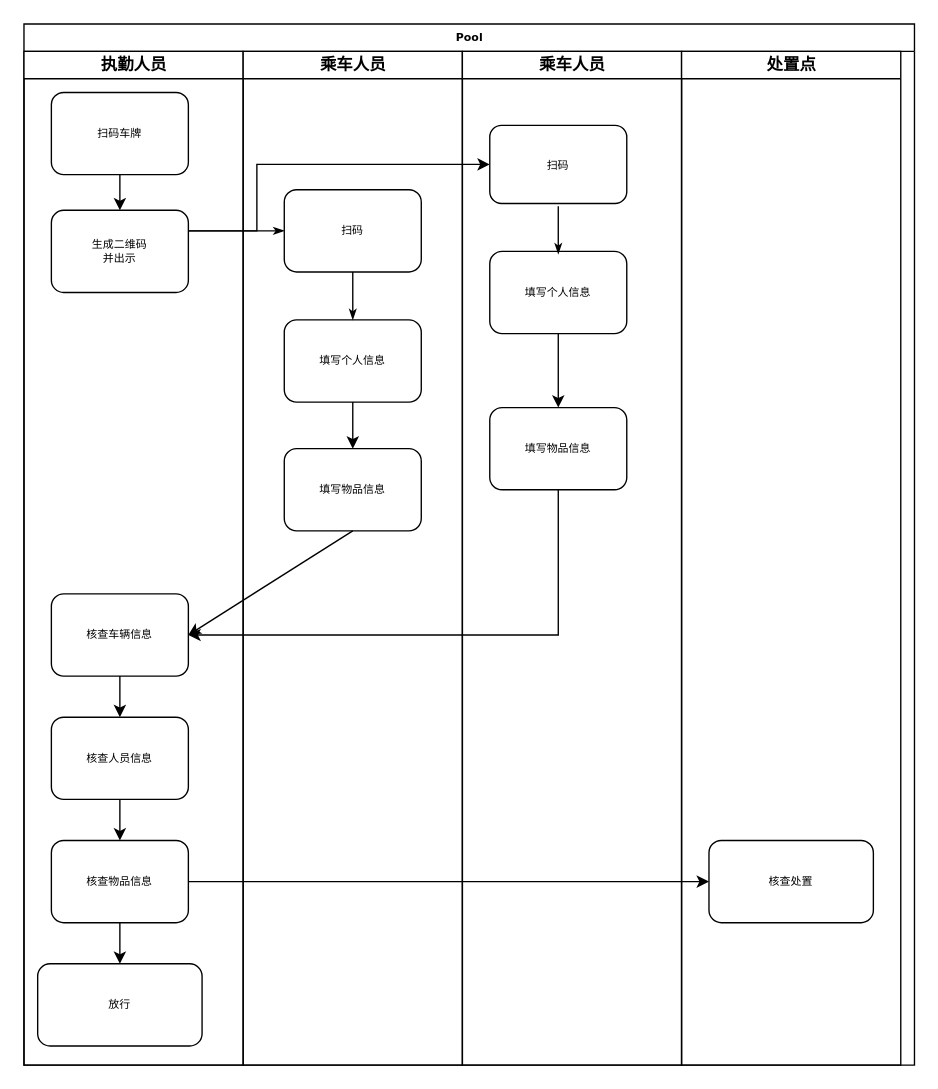
homebei2/diagramsNet keeps this draw.io diagram as access2.drawio. Above is the earlier version. Source tidied: cells renumbered, new cells numbered last; positions are measured from the earlier drawing's top-left corner, leaving out a move shared by most shapes. Both pictures are drawn from the tidied source at 137%, with x=0, y=0 at pixel (23, 23).
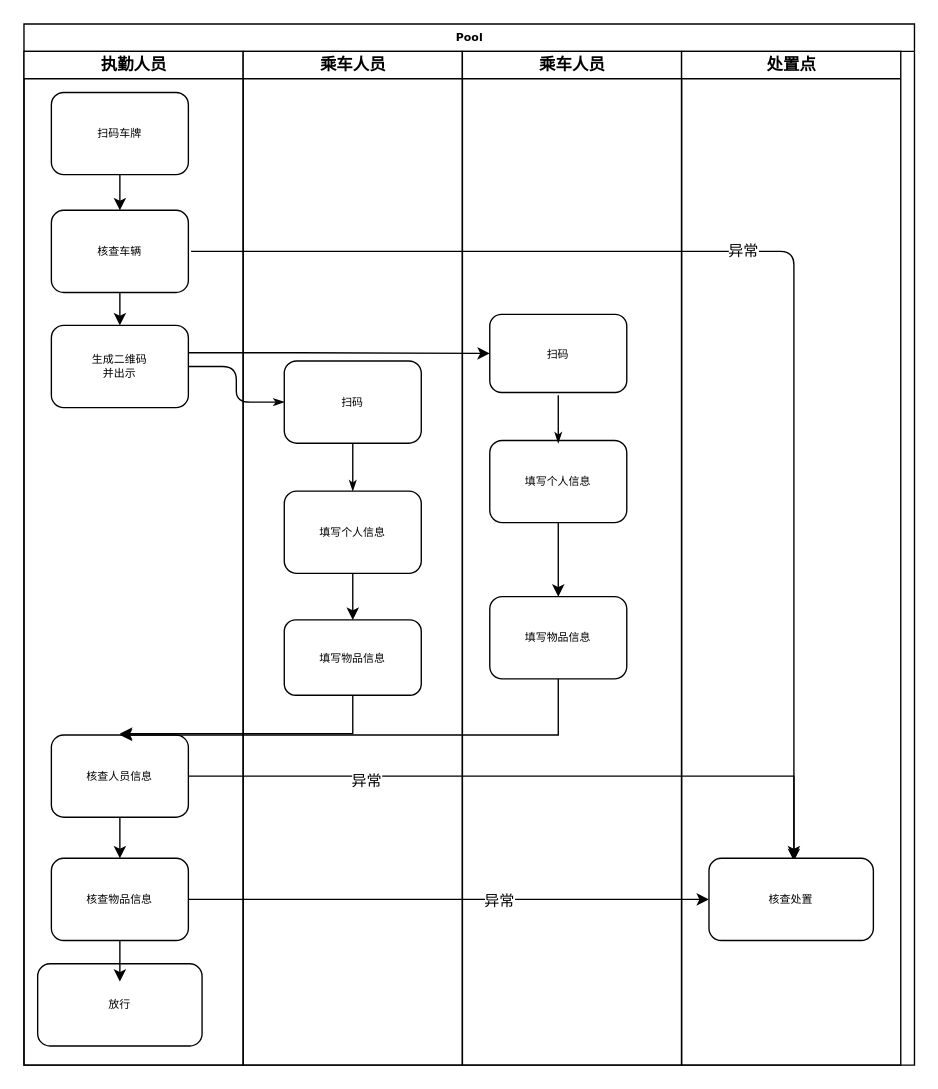
The same page after the edit.

Unchanged cells that the change refers to:
```xml
<mxCell id="2" value="Pool" style="swimlane;html=1;startSize=20;rounded=0;shadow=0;labelBackgroundColor=none;strokeWidth=1;fontFamily=Verdana;fontSize=8;align=center;" parent="1" vertex="1">
  <mxGeometry width="650" height="760" as="geometry" />
</mxCell>
<mxCell id="3" value="执勤人员" style="swimlane;html=1;startSize=20;" parent="2" vertex="1">
  <mxGeometry y="20" width="160" height="740" as="geometry" />
</mxCell>
<mxCell id="9" value="放行" style="whiteSpace=wrap;html=1;rounded=1;shadow=0;fontFamily=Verdana;fontSize=8;strokeWidth=1;" parent="3" vertex="1">
  <mxGeometry x="10" y="666" width="120" height="60" as="geometry" />
</mxCell>
<mxCell id="14" value="乘车人员" style="swimlane;html=1;startSize=20;" parent="2" vertex="1">
  <mxGeometry x="160" y="20" width="160" height="740" as="geometry" />
</mxCell>
<mxCell id="23" style="edgeStyle=elbowEdgeStyle;rounded=0;jettySize=auto;html=1;entryX=0;entryY=0.5;entryDx=0;entryDy=0;" parent="2" edge="1" source="7" target="31">
  <mxGeometry relative="1" as="geometry" />
</mxCell>
<mxCell id="24" value="乘车人员" style="swimlane;html=1;startSize=20;" parent="2" vertex="1">
  <mxGeometry x="320" y="20" width="160" height="740" as="geometry" />
</mxCell>
<mxCell id="30" value="处置点" style="swimlane;html=1;startSize=20;" parent="2" vertex="1">
  <mxGeometry x="480" y="20" width="160" height="740" as="geometry" />
</mxCell>
```

What changed in the source:
```diff
@@
-    <mxCell id="5" value="核查车辆信息" style="rounded=1;whiteSpace=wrap;html=1;shadow=0;labelBackgroundColor=none;strokeWidth=1;fontFamily=Verdana;fontSize=8;align=center;" parent="3" vertex="1">
-      <mxGeometry x="20" y="396" width="100" height="60" as="geometry" />
-    </mxCell>
     <mxCell id="6" value="核查人员信息" style="rounded=1;whiteSpace=wrap;html=1;shadow=0;labelBackgroundColor=none;strokeWidth=1;fontFamily=Verdana;fontSize=8;align=center;" parent="3" vertex="1">
-      <mxGeometry x="20" y="486" width="100" height="60" as="geometry" />
+      <mxGeometry x="20" y="499" width="100" height="60" as="geometry" />
     </mxCell>
     <mxCell id="7" value="核查物品信息" style="rounded=1;whiteSpace=wrap;html=1;shadow=0;labelBackgroundColor=none;strokeWidth=1;fontFamily=Verdana;fontSize=8;align=center;" parent="3" vertex="1">
-      <mxGeometry x="20" y="576" width="100" height="60" as="geometry" />
+      <mxGeometry x="20" y="589" width="100" height="60" as="geometry" />
     </mxCell>
-    <mxCell id="8" style="endArrow=classic;html=1;exitX=0.5;exitY=1;exitDx=0;exitDy=0;entryX=0.5;entryY=0;entryDx=0;entryDy=0;entryPerimeter=0;" parent="3" edge="1" source="5" target="6">
-      <mxGeometry relative="1" as="geometry" />
-    </mxCell>
@@
-    <mxCell id="10" style="edgeStyle=elbowEdgeStyle;rounded=0;jettySize=auto;html=1;" parent="3" edge="1" source="7" target="9">
-      <mxGeometry relative="1" as="geometry" />
+    <mxCell id="10" style="edgeStyle=elbowEdgeStyle;rounded=0;jettySize=auto;html=1;" parent="3" edge="1" source="7">
+      <mxGeometry relative="1" as="geometry">
+        <mxPoint x="70" y="679" as="targetPoint" />
+      </mxGeometry>
     </mxCell>
-    <mxCell id="11" value="生成二维码&lt;br&gt;并出示" style="rounded=1;whiteSpace=wrap;html=1;shadow=0;labelBackgroundColor=none;strokeWidth=1;fontFamily=Verdana;fontSize=8;align=center;" parent="3" vertex="1">
+    <mxCell id="11" value="核查车辆" style="rounded=1;whiteSpace=wrap;html=1;shadow=0;labelBackgroundColor=none;strokeWidth=1;fontFamily=Verdana;fontSize=8;align=center;" parent="3" vertex="1">
       <mxGeometry x="20" y="116" width="100" height="60" as="geometry" />
     </mxCell>
@@
+    <mxCell id="33" value="生成二维码&lt;br&gt;并出示" style="rounded=1;whiteSpace=wrap;html=1;shadow=0;labelBackgroundColor=none;strokeWidth=1;fontFamily=Verdana;fontSize=8;align=center;" parent="3" vertex="1">
+      <mxGeometry x="20" y="200" width="100" height="60" as="geometry" />
+    </mxCell>
+    <mxCell id="34" style="endArrow=classic;html=1;exitX=0.5;exitY=1;exitDx=0;exitDy=0;entryX=0.5;entryY=0;entryDx=0;entryDy=0;" parent="3" edge="1" source="11" target="33">
+      <mxGeometry relative="1" as="geometry" />
+    </mxCell>
-    <mxCell id="13" style="edgeStyle=orthogonalEdgeStyle;rounded=1;html=1;labelBackgroundColor=none;startArrow=none;startFill=0;startSize=5;endArrow=classicThin;endFill=1;endSize=5;jettySize=auto;strokeWidth=1;fontFamily=Verdana;fontSize=8;exitX=1;exitY=0.25;exitDx=0;exitDy=0;" parent="2" edge="1" source="11" target="15">
+    <mxCell id="13" style="edgeStyle=orthogonalEdgeStyle;rounded=1;html=1;labelBackgroundColor=none;startArrow=none;startFill=0;startSize=5;endArrow=classicThin;endFill=1;endSize=5;jettySize=auto;strokeWidth=1;fontFamily=Verdana;fontSize=8;exitX=1;exitY=0.5;exitDx=0;exitDy=0;" parent="2" edge="1" source="33" target="15">
       <mxGeometry relative="1" as="geometry" />
     </mxCell>
@@
     <mxCell id="15" value="扫码" style="rounded=1;whiteSpace=wrap;html=1;shadow=0;labelBackgroundColor=none;strokeWidth=1;fontFamily=Verdana;fontSize=8;align=center;" parent="14" vertex="1">
-      <mxGeometry x="30" y="101" width="100" height="60" as="geometry" />
+      <mxGeometry x="30" y="226" width="100" height="60" as="geometry" />
     </mxCell>
     <mxCell id="16" value="填写个人信息" style="rounded=1;whiteSpace=wrap;html=1;shadow=0;labelBackgroundColor=none;strokeWidth=1;fontFamily=Verdana;fontSize=8;align=center;" parent="14" vertex="1">
-      <mxGeometry x="30" y="196" width="100" height="60" as="geometry" />
+      <mxGeometry x="30" y="321" width="100" height="60" as="geometry" />
     </mxCell>
     <mxCell id="17" style="edgeStyle=orthogonalEdgeStyle;rounded=1;html=1;labelBackgroundColor=none;startArrow=none;startFill=0;startSize=5;endArrow=classicThin;endFill=1;endSize=5;jettySize=auto;strokeWidth=1;fontFamily=Verdana;fontSize=8;" parent="14" edge="1" source="15" target="16">
       <mxGeometry relative="1" as="geometry">
         <Array as="points">
-          <mxPoint x="80" y="186" />
-          <mxPoint x="80" y="186" />
+          <mxPoint x="80" y="311" />
+          <mxPoint x="80" y="311" />
         </Array>
       </mxGeometry>
     </mxCell>
@@
     <mxCell id="19" value="填写物品信息" style="rounded=1;whiteSpace=wrap;html=1;shadow=0;labelBackgroundColor=none;strokeWidth=1;fontFamily=Verdana;fontSize=8;align=center;" parent="14" vertex="1">
-      <mxGeometry x="30" y="290" width="100" height="60" as="geometry" />
+      <mxGeometry x="30" y="415" width="100" height="55" as="geometry" />
     </mxCell>
+    <mxCell id="35" style="edgeStyle=elbowEdgeStyle;rounded=0;orthogonalLoop=1;jettySize=auto;html=1;" parent="14" edge="1">
+      <mxGeometry relative="1" as="geometry">
+        <mxPoint x="80" y="470" as="sourcePoint" />
+        <mxPoint x="-90" y="498" as="targetPoint" />
+        <Array as="points">
+          <mxPoint x="80" y="412" />
+        </Array>
+      </mxGeometry>
+    </mxCell>
-    <mxCell id="20" style="edgeStyle=elbowEdgeStyle;rounded=0;jettySize=auto;html=1;entryX=0;entryY=0.5;entryDx=0;entryDy=0;exitX=1;exitY=0.25;exitDx=0;exitDy=0;" parent="2" edge="1" source="11" target="25">
+    <mxCell id="20" style="edgeStyle=elbowEdgeStyle;rounded=0;jettySize=auto;html=1;entryX=0;entryY=0.5;entryDx=0;entryDy=0;" parent="2" edge="1" target="25">
       <mxGeometry relative="1" as="geometry">
+        <mxPoint x="120" y="240" as="sourcePoint" />
         <Array as="points">
+          <mxPoint x="200" y="150" />
+          <mxPoint x="120" y="240" />
           <mxPoint x="170" y="90" />
         </Array>
       </mxGeometry>
     </mxCell>
-    <mxCell id="21" style="edgeStyle=elbowEdgeStyle;rounded=0;jettySize=auto;html=1;entryX=1;entryY=0.5;entryDx=0;entryDy=0;" parent="2" edge="1" source="28" target="5">
+    <mxCell id="21" style="edgeStyle=elbowEdgeStyle;rounded=0;jettySize=auto;html=1;entryX=0.5;entryY=0;entryDx=0;entryDy=0;" parent="2" edge="1" source="28" target="6">
       <mxGeometry relative="1" as="geometry">
         <Array as="points">
           <mxPoint x="390" y="420" />
         </Array>
       </mxGeometry>
     </mxCell>
-    <mxCell id="22" style="endArrow=classic;html=1;exitX=0.5;exitY=1;exitDx=0;exitDy=0;entryX=1;entryY=0.5;entryDx=0;entryDy=0;" parent="2" edge="1" source="19" target="5">
-      <mxGeometry relative="1" as="geometry" />
-    </mxCell>
@@
+    <mxCell id="36" value="异常" style="edgeLabel;html=1;align=center;verticalAlign=middle;" parent="23" vertex="1">
+      <mxGeometry x="0.19" relative="1" as="geometry" />
+    </mxCell>
@@
     <mxCell id="25" value="扫码" style="rounded=1;whiteSpace=wrap;html=1;shadow=0;labelBackgroundColor=none;strokeWidth=1;fontFamily=Verdana;fontSize=8;align=center;" parent="24" vertex="1">
-      <mxGeometry x="20" y="54" width="100" height="57" as="geometry" />
+      <mxGeometry x="20" y="192" width="100" height="57" as="geometry" />
     </mxCell>
     <mxCell id="26" value="填写个人信息" style="rounded=1;whiteSpace=wrap;html=1;shadow=0;labelBackgroundColor=none;strokeWidth=1;fontFamily=Verdana;fontSize=8;align=center;" parent="24" vertex="1">
-      <mxGeometry x="20" y="146" width="100" height="60" as="geometry" />
+      <mxGeometry x="20" y="284" width="100" height="60" as="geometry" />
     </mxCell>
     <mxCell id="27" style="edgeStyle=orthogonalEdgeStyle;rounded=1;html=1;labelBackgroundColor=none;startArrow=none;startFill=0;startSize=5;endArrow=classicThin;endFill=1;endSize=5;jettySize=auto;orthogonalLoop=1;strokeWidth=1;fontFamily=Verdana;fontSize=8;" parent="24" edge="1">
       <mxGeometry relative="1" as="geometry">
-        <mxPoint x="70" y="113" as="sourcePoint" />
-        <mxPoint x="70" y="148" as="targetPoint" />
+        <mxPoint x="70" y="251" as="sourcePoint" />
+        <mxPoint x="70" y="286" as="targetPoint" />
         <Array as="points">
-          <mxPoint x="70" y="138" />
-          <mxPoint x="70" y="138" />
+          <mxPoint x="70" y="276" />
+          <mxPoint x="70" y="276" />
         </Array>
       </mxGeometry>
     </mxCell>
     <mxCell id="28" value="填写物品信息" style="rounded=1;whiteSpace=wrap;html=1;shadow=0;labelBackgroundColor=none;strokeWidth=1;fontFamily=Verdana;fontSize=8;align=center;" parent="24" vertex="1">
-      <mxGeometry x="20" y="260" width="100" height="60" as="geometry" />
+      <mxGeometry x="20" y="398" width="100" height="60" as="geometry" />
     </mxCell>
@@
+    <mxCell id="37" style="edgeStyle=elbowEdgeStyle;rounded=0;jettySize=auto;html=1;exitX=1;exitY=0.5;exitDx=0;exitDy=0;" parent="2" edge="1" source="6">
+      <mxGeometry relative="1" as="geometry">
+        <mxPoint x="562" y="611" as="targetPoint" />
+        <Array as="points">
+          <mxPoint x="562" y="571" />
+          <mxPoint x="440" y="581" />
+          <mxPoint x="350" y="531" />
+        </Array>
+      </mxGeometry>
+    </mxCell>
+    <mxCell id="38" value="异常" style="edgeLabel;html=1;align=center;verticalAlign=middle;" parent="37" vertex="1">
+      <mxGeometry x="-0.49" y="-3" relative="1" as="geometry" />
+    </mxCell>
@@
     <mxCell id="31" value="核查处置" style="whiteSpace=wrap;html=1;rounded=1;shadow=0;fontFamily=Verdana;fontSize=8;strokeWidth=1;" parent="30" vertex="1">
-      <mxGeometry x="20" y="576" width="120" height="60" as="geometry" />
+      <mxGeometry x="20" y="589" width="120" height="60" as="geometry" />
     </mxCell>
+    <mxCell id="39" style="endArrow=classic;html=1;exitX=1;exitY=0.5;exitDx=0;exitDy=0;entryX=0.5;entryY=0;entryDx=0;entryDy=0;edgeStyle=orthogonalEdgeStyle;" parent="2" edge="1">
+      <mxGeometry relative="1" as="geometry">
+        <mxPoint x="122" y="166" as="sourcePoint" />
+        <mxPoint x="562" y="609" as="targetPoint" />
+        <Array as="points">
+          <mxPoint x="562" y="166" />
+        </Array>
+      </mxGeometry>
+    </mxCell>
+    <mxCell id="40" value="异常" style="edgeLabel;html=1;align=center;verticalAlign=middle;" parent="39" vertex="1">
+      <mxGeometry x="-0.09" y="1" relative="1" as="geometry" />
+    </mxCell>
     <mxCell id="32" style="endArrow=classic;html=1;entryX=0.5;entryY=0;entryDx=0;entryDy=0;" parent="1" edge="1" target="7">
       <mxGeometry relative="1" as="geometry">
-        <mxPoint x="70" y="566" as="sourcePoint" />
+        <mxPoint x="70" y="579" as="sourcePoint" />
       </mxGeometry>
     </mxCell>
```
